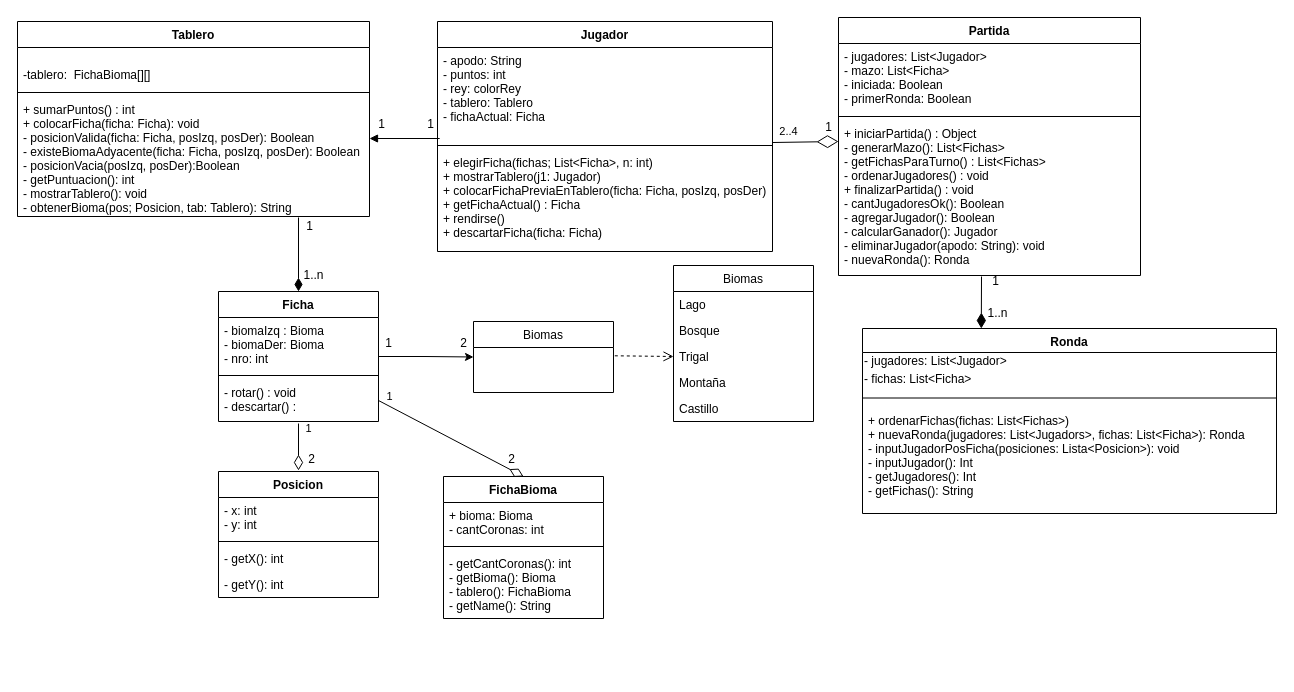
The draw.io diagram src/doc/diagrama-uml.drawio in Mick-Rosoft-UNLAM/Kingdomino, before the edit. Source tidied: cells renumbered, new cells numbered last; positions are measured from the earlier drawing's top-left corner, leaving out a move shared by most shapes. Both pictures are drawn from the tidied source at 100%, with x=0, y=0 at pixel (17, 17).
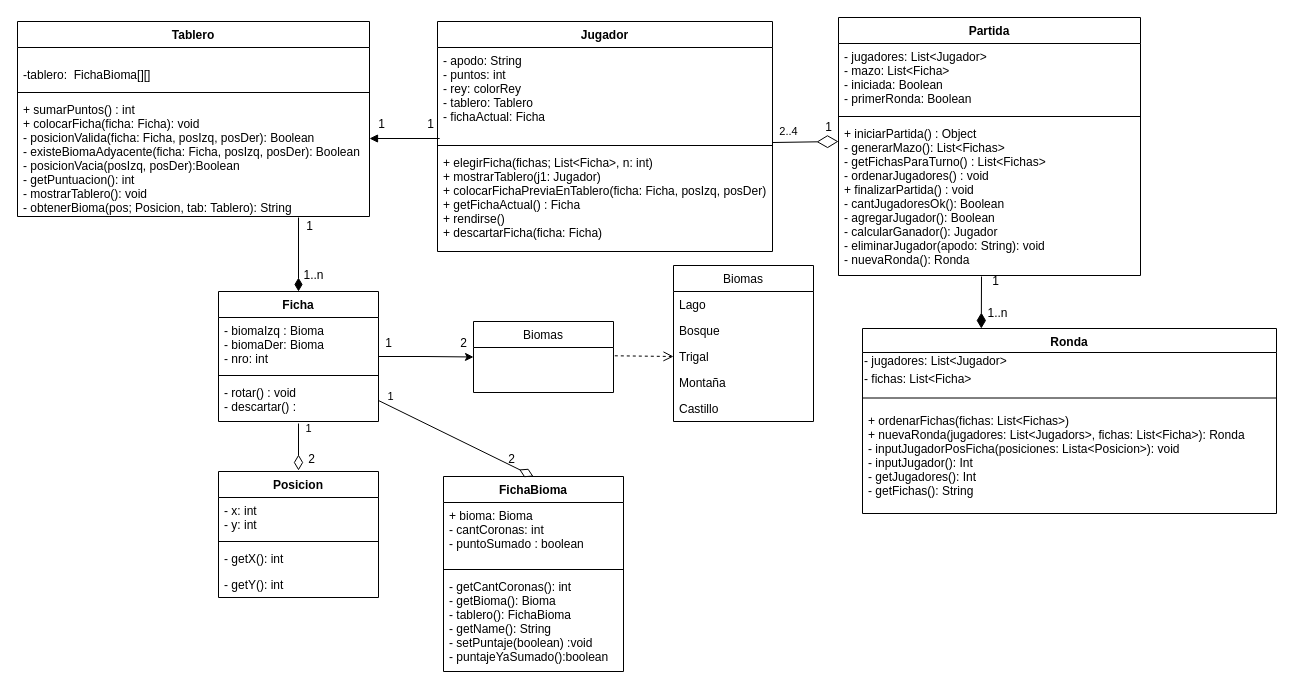
The same diagram, later.

Diff of the diagram source:
```diff
@@
     <mxCell id="50" value="FichaBioma" style="swimlane;fontStyle=1;align=center;verticalAlign=top;horizontal=1;startSize=26;" parent="1" vertex="1">
-      <mxGeometry x="426" y="459" width="160" height="142" as="geometry" />
+      <mxGeometry x="426" y="459" width="180" height="195" as="geometry" />
     </mxCell>
-    <mxCell id="51" value="+ bioma: Bioma&#10;- cantCoronas: int" style="text;strokeColor=none;fillColor=none;align=left;verticalAlign=top;spacingLeft=4;spacingRight=4;overflow=hidden;" parent="50" vertex="1">
-      <mxGeometry y="26" width="160" height="40" as="geometry" />
+    <mxCell id="51" value="+ bioma: Bioma&#10;- cantCoronas: int&#10;- puntoSumado : boolean" style="text;strokeColor=none;fillColor=none;align=left;verticalAlign=top;spacingLeft=4;spacingRight=4;overflow=hidden;" parent="50" vertex="1">
+      <mxGeometry y="26" width="180" height="63" as="geometry" />
     </mxCell>
     <mxCell id="52" style="line;strokeWidth=1;fillColor=none;align=left;verticalAlign=middle;spacingTop=-1;spacingLeft=3;spacingRight=3;labelPosition=right;" parent="50" vertex="1">
-      <mxGeometry y="66" width="160" height="8" as="geometry" />
+      <mxGeometry y="89" width="180" height="8" as="geometry" />
     </mxCell>
-    <mxCell id="53" value="- getCantCoronas(): int&#10;- getBioma(): Bioma&#10;- tablero(): FichaBioma&#10;- getName(): String" style="text;strokeColor=none;fillColor=none;align=left;verticalAlign=top;spacingLeft=4;spacingRight=4;overflow=hidden;" parent="50" vertex="1">
-      <mxGeometry y="74" width="160" height="68" as="geometry" />
+    <mxCell id="53" value="- getCantCoronas(): int&#10;- getBioma(): Bioma&#10;- tablero(): FichaBioma&#10;- getName(): String&#10;- setPuntaje(boolean) :void&#10;- puntajeYaSumado():boolean " style="text;strokeColor=none;fillColor=none;align=left;verticalAlign=top;spacingLeft=4;spacingRight=4;overflow=hidden;" parent="50" vertex="1">
+      <mxGeometry y="97" width="180" height="98" as="geometry" />
     </mxCell>
```
